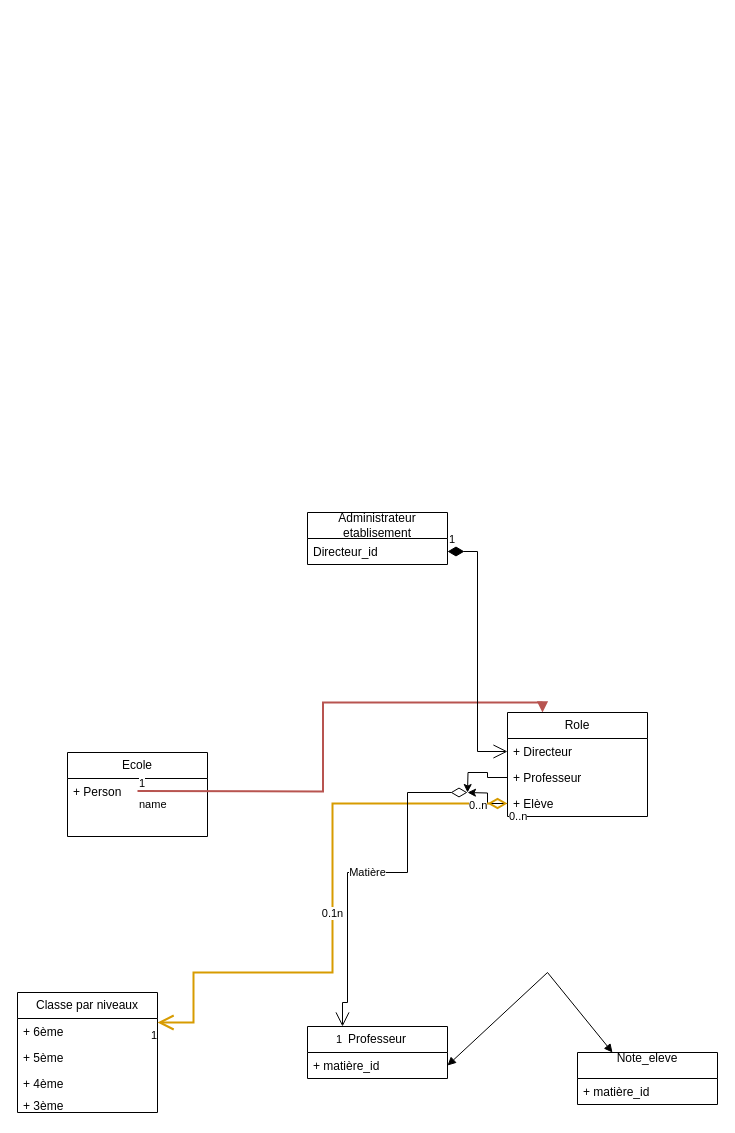
This is gestion_ecole.drawio from johandeschamps/gestion_ecole, a draw.io file, before an edit. Source tidied: cells renumbered, new cells numbered last; positions are measured from the earlier drawing's top-left corner, leaving out a move shared by most shapes. Both pictures are drawn from the tidied source at 100%, with x=0, y=0 at pixel (17, 512).
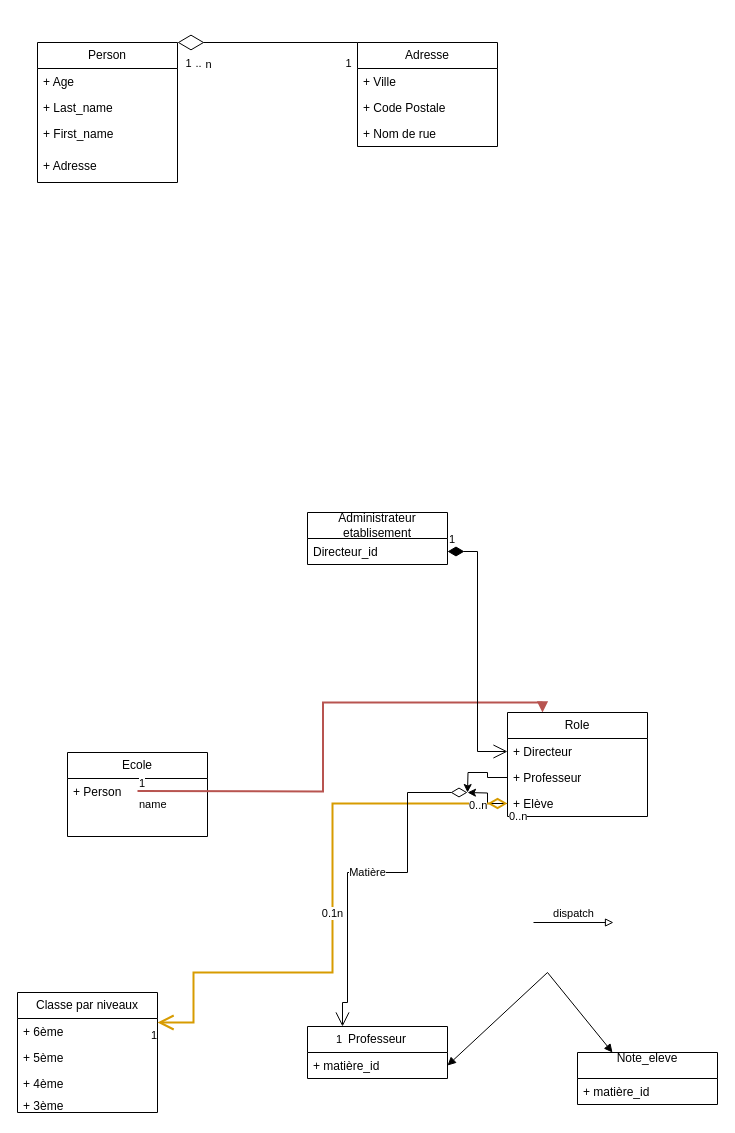
The same diagram, later.

Commit message:
Mettre à jour gestion_ecole.drawio

Change to the diagram source:
```diff
@@
+    <mxCell id="32" value="dispatch" style="html=1;verticalAlign=bottom;endArrow=block;curved=0;rounded=0;endFill=0;" parent="1" edge="1">
+      <mxGeometry relative="1" as="geometry">
+        <mxPoint x="516" y="410" as="sourcePoint" />
+        <mxPoint x="596" y="410" as="targetPoint" />
+      </mxGeometry>
+    </mxCell>
+    <mxCell id="33" value="Person" style="swimlane;fontStyle=0;horizontal=1;startSize=26;fillColor=none;whiteSpace=wrap;html=1;" parent="1" vertex="1">
+      <mxGeometry x="20" y="-470" width="140" height="140" as="geometry" />
+    </mxCell>
+    <mxCell id="34" value="+ Age" style="text;strokeColor=none;fillColor=none;align=left;verticalAlign=top;spacingLeft=4;spacingRight=4;overflow=hidden;whiteSpace=wrap;html=1;" parent="33" vertex="1">
+      <mxGeometry y="26" width="140" height="26" as="geometry" />
+    </mxCell>
+    <mxCell id="35" value="+ Last_name" style="text;strokeColor=none;fillColor=none;align=left;verticalAlign=top;spacingLeft=4;spacingRight=4;overflow=hidden;whiteSpace=wrap;html=1;" parent="33" vertex="1">
+      <mxGeometry y="52" width="140" height="26" as="geometry" />
+    </mxCell>
+    <mxCell id="36" value="+ First_name" style="text;strokeColor=none;fillColor=none;align=left;verticalAlign=top;spacingLeft=4;spacingRight=4;overflow=hidden;whiteSpace=wrap;html=1;" parent="33" vertex="1">
+      <mxGeometry y="78" width="140" height="32" as="geometry" />
+    </mxCell>
+    <mxCell id="37" value="+ Adresse" style="text;strokeColor=none;fillColor=none;align=left;verticalAlign=top;spacingLeft=4;spacingRight=4;overflow=hidden;whiteSpace=wrap;html=1;" parent="33" vertex="1">
+      <mxGeometry y="110" width="140" height="30" as="geometry" />
+    </mxCell>
+    <mxCell id="38" value="&lt;span style=&quot;text-align: left;&quot;&gt;Adresse&lt;/span&gt;" style="swimlane;fontStyle=0;horizontal=1;startSize=26;fillColor=none;whiteSpace=wrap;html=1;" parent="1" vertex="1">
+      <mxGeometry x="340" y="-470" width="140" height="104" as="geometry" />
+    </mxCell>
+    <mxCell id="39" value="+ Ville" style="text;strokeColor=none;fillColor=none;align=left;verticalAlign=top;spacingLeft=4;spacingRight=4;overflow=hidden;whiteSpace=wrap;html=1;" parent="38" vertex="1">
+      <mxGeometry y="26" width="140" height="26" as="geometry" />
+    </mxCell>
+    <mxCell id="40" value="+ Code Postale" style="text;strokeColor=none;fillColor=none;align=left;verticalAlign=top;spacingLeft=4;spacingRight=4;overflow=hidden;whiteSpace=wrap;html=1;" parent="38" vertex="1">
+      <mxGeometry y="52" width="140" height="26" as="geometry" />
+    </mxCell>
+    <mxCell id="41" value="+ Nom de rue" style="text;strokeColor=none;fillColor=none;align=left;verticalAlign=top;spacingLeft=4;spacingRight=4;overflow=hidden;whiteSpace=wrap;html=1;" parent="38" vertex="1">
+      <mxGeometry y="78" width="140" height="26" as="geometry" />
+    </mxCell>
+    <mxCell id="42" style="endArrow=diamondThin;endFill=0;endSize=24;html=1;rounded=0;entryX=1;entryY=0;entryDx=0;entryDy=0;" parent="1" edge="1" target="33">
+      <mxGeometry relative="1" as="geometry">
+        <mxPoint x="340" y="-470" as="sourcePoint" />
+      </mxGeometry>
+    </mxCell>
+    <mxCell id="43" value="n" style="edgeLabel;html=1;align=center;verticalAlign=middle;" parent="42" vertex="1">
+      <mxGeometry x="-0.79" relative="1" as="geometry">
+        <mxPoint x="-131" y="21" as="offset" />
+      </mxGeometry>
+    </mxCell>
+    <mxCell id="44" value="1" style="edgeLabel;html=1;align=center;verticalAlign=middle;" parent="42" vertex="1">
+      <mxGeometry x="0.83" relative="1" as="geometry">
+        <mxPoint x="-5" y="20" as="offset" />
+      </mxGeometry>
+    </mxCell>
+    <mxCell id="45" value=".." style="edgeLabel;html=1;align=center;verticalAlign=middle;" parent="42" vertex="1">
+      <mxGeometry x="-0.12" y="1" relative="1" as="geometry">
+        <mxPoint x="-81" y="19" as="offset" />
+      </mxGeometry>
+    </mxCell>
+    <mxCell id="46" value="1" style="edgeLabel;html=1;align=center;verticalAlign=middle;" parent="42" vertex="1">
+      <mxGeometry x="0.84" y="2" relative="1" as="geometry">
+        <mxPoint x="156" y="18" as="offset" />
+      </mxGeometry>
+    </mxCell>
```
